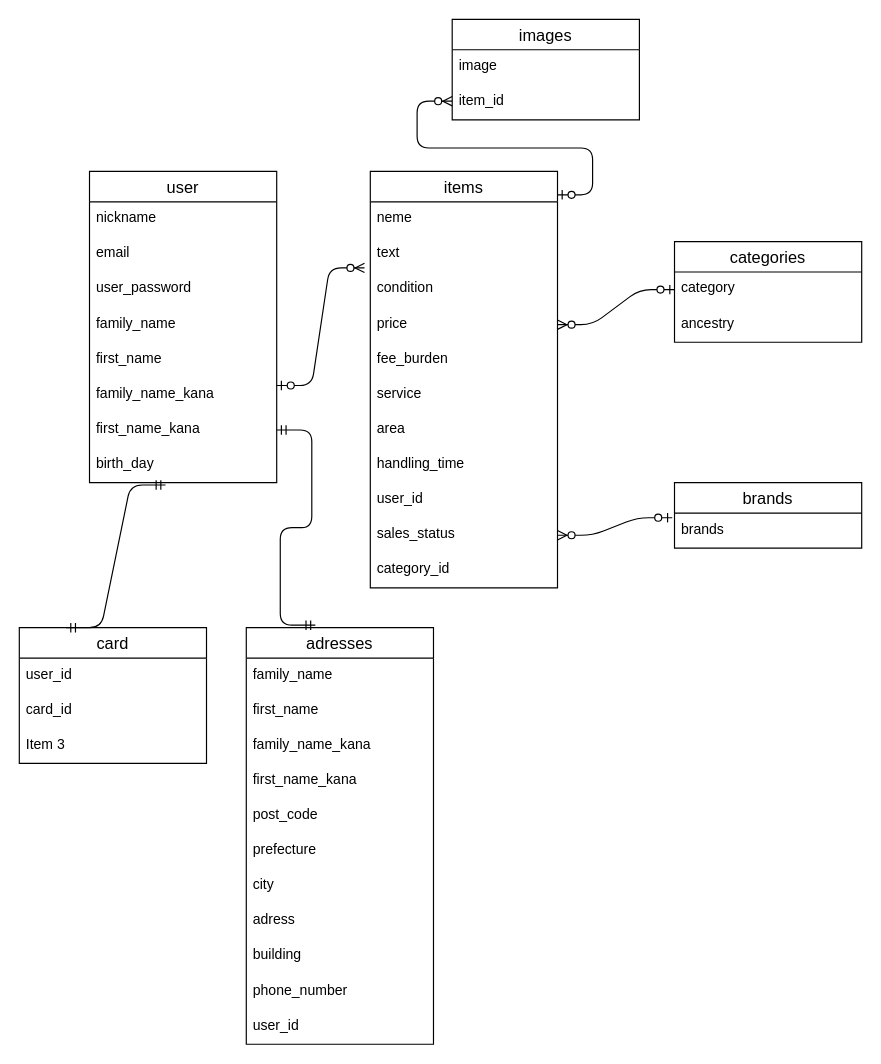
Earlier version of the draw.io diagram ER.dio (miyo0000/furima-38917). Source tidied: cells renumbered, new cells numbered last; positions are measured from the earlier drawing's top-left corner, leaving out a move shared by most shapes. Both pictures are drawn from the tidied source at 117%, with x=0, y=0 at pixel (19, 19).
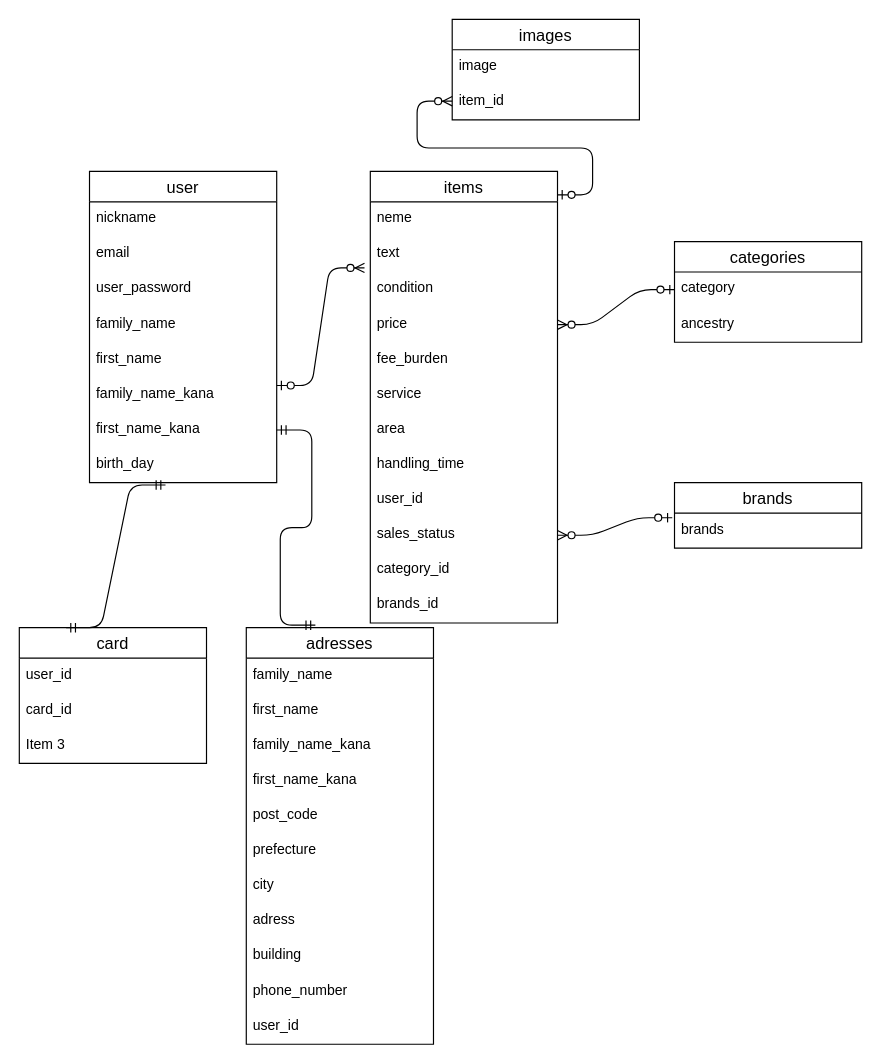
The same page after the edit.

Diff of the diagram source:
```diff
@@
     <mxCell id="11" value="items" style="swimlane;fontStyle=0;horizontal=1;startSize=26;align=center;fontSize=14;" parent="1" vertex="1">
-      <mxGeometry x="300" y="130" width="160" height="356" as="geometry" />
+      <mxGeometry x="300" y="130" width="160" height="386" as="geometry" />
     </mxCell>
@@
+    <mxCell id="53" value="brands_id" style="text;strokeColor=none;fillColor=none;spacingLeft=4;spacingRight=4;overflow=hidden;fontSize=12;" parent="11" vertex="1">
+      <mxGeometry y="356" width="160" height="30" as="geometry" />
+    </mxCell>
```
